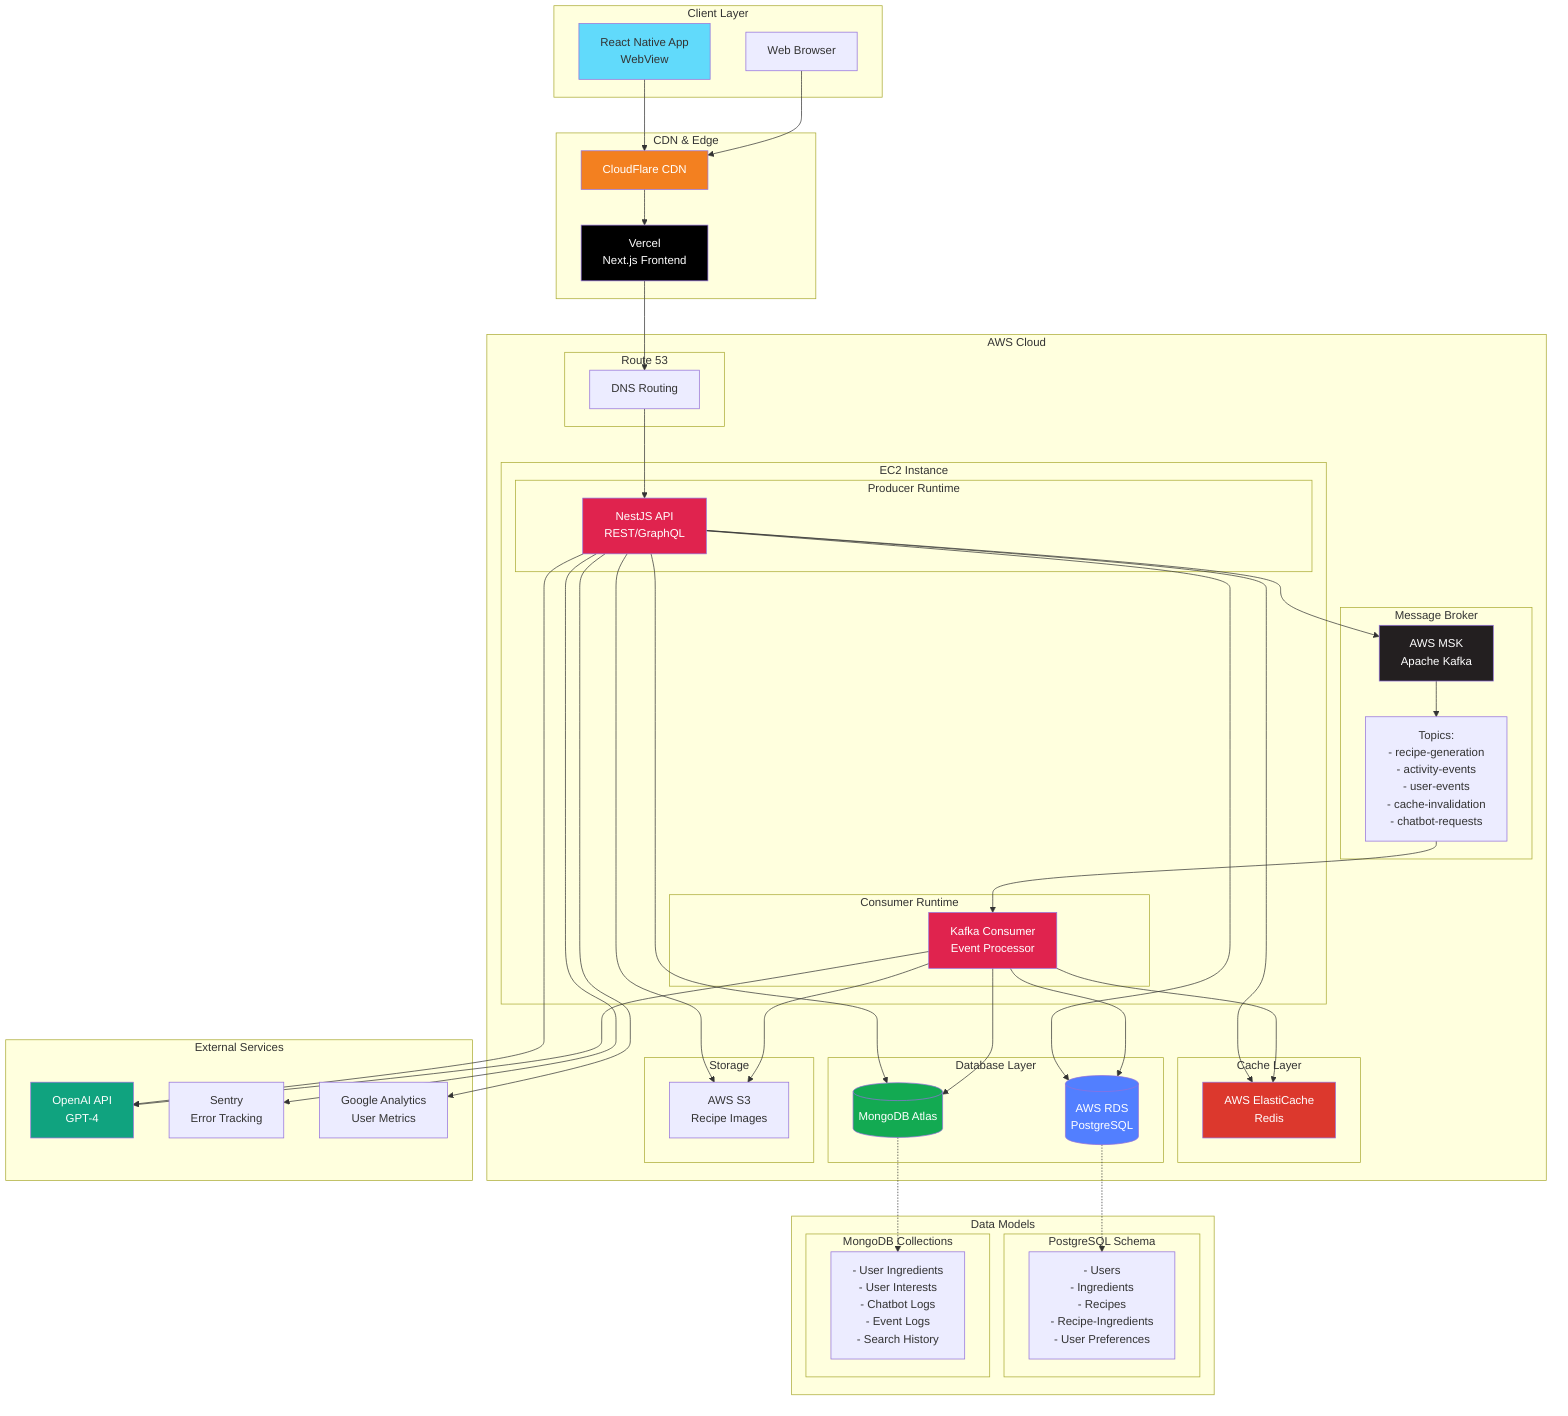
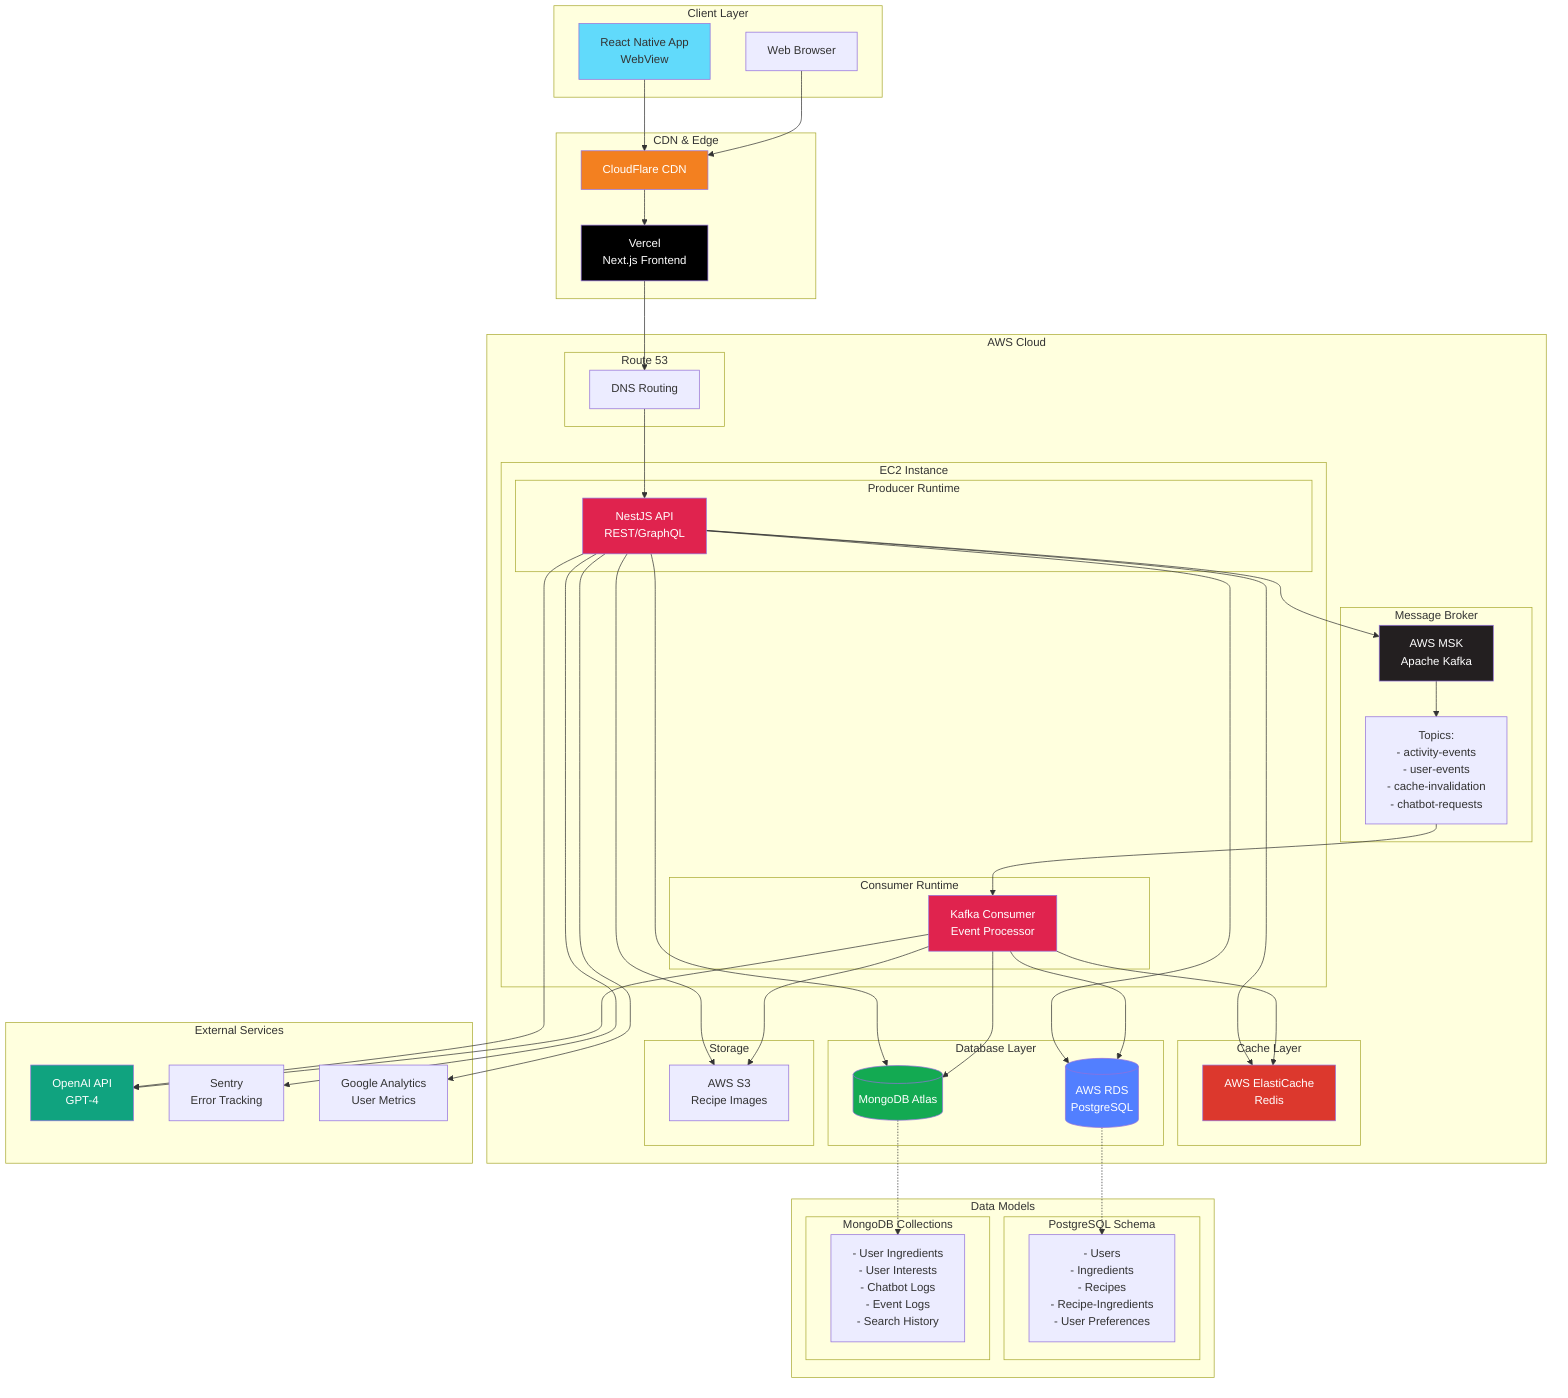
graph TB
    subgraph "Client Layer"
        RN[React Native App<br/>WebView]
        WEB[Web Browser]
    end

    subgraph "CDN & Edge"
        CF[CloudFlare CDN]
        VERCEL[Vercel<br/>Next.js Frontend]
    end

    subgraph "AWS Cloud"
        subgraph "Route 53"
            R53[DNS Routing]
        end

        subgraph "EC2 Instance"
            subgraph "Producer Runtime"
                API[NestJS API<br/>REST/GraphQL]
            end
            subgraph "Consumer Runtime"
                CONSUMER[Kafka Consumer<br/>Event Processor]
            end
        end

        subgraph "Message Broker"
            MSK[AWS MSK<br/>Apache Kafka]
-             TOPICS["Topics:<br/>- recipe-generation<br/>- activity-events<br/>- user-events<br/>- cache-invalidation<br/>- chatbot-requests"]
+             TOPICS["Topics:<br/>- activity-events<br/>- user-events<br/>- cache-invalidation<br/>- chatbot-requests"]
        end

        subgraph "Cache Layer"
            REDIS[AWS ElastiCache<br/>Redis]
        end

        subgraph "Database Layer"
            RDS[(AWS RDS<br/>PostgreSQL)]
            MONGO[(MongoDB Atlas)]
        end

        subgraph "Storage"
            S3[AWS S3<br/>Recipe Images]
        end
    end

    subgraph "External Services"
        OPENAI[OpenAI API<br/>GPT-4]
        SENTRY[Sentry<br/>Error Tracking]
        GA[Google Analytics<br/>User Metrics]
    end

    subgraph "Data Models"
        subgraph "PostgreSQL Schema"
            SQL_DATA["- Users<br/>- Ingredients<br/>- Recipes<br/>- Recipe-Ingredients<br/>- User Preferences"]
        end
        subgraph "MongoDB Collections"
            NOSQL_DATA["- User Ingredients<br/>- User Interests<br/>- Chatbot Logs<br/>- Event Logs<br/>- Search History"]
        end
    end

    %% Client Connections
    RN --> CF
    WEB --> CF
    CF --> VERCEL
    VERCEL --> R53
    R53 --> API

    %% API Connections
    API --> REDIS
    API --> RDS
    API --> MONGO
    API --> MSK
    API --> S3
    API --> OPENAI
    API --> SENTRY
    API --> GA

    %% Kafka Flow
    MSK --> TOPICS
    TOPICS --> CONSUMER

    %% Consumer Connections
    CONSUMER --> REDIS
    CONSUMER --> RDS
    CONSUMER --> MONGO
    CONSUMER --> OPENAI
    CONSUMER --> S3

    %% Data Model References
    RDS -.-> SQL_DATA
    MONGO -.-> NOSQL_DATA

    style RN fill:#61dafb
    style VERCEL fill:#000000,color:#fff
    style API fill:#e0234e,color:#fff
    style CONSUMER fill:#e0234e,color:#fff
    style MSK fill:#231f20,color:#fff
    style REDIS fill:#dc382d,color:#fff
    style RDS fill:#527fff,color:#fff
    style MONGO fill:#13aa52,color:#fff
    style OPENAI fill:#10a37f,color:#fff
    style CF fill:#f38020,color:#fff